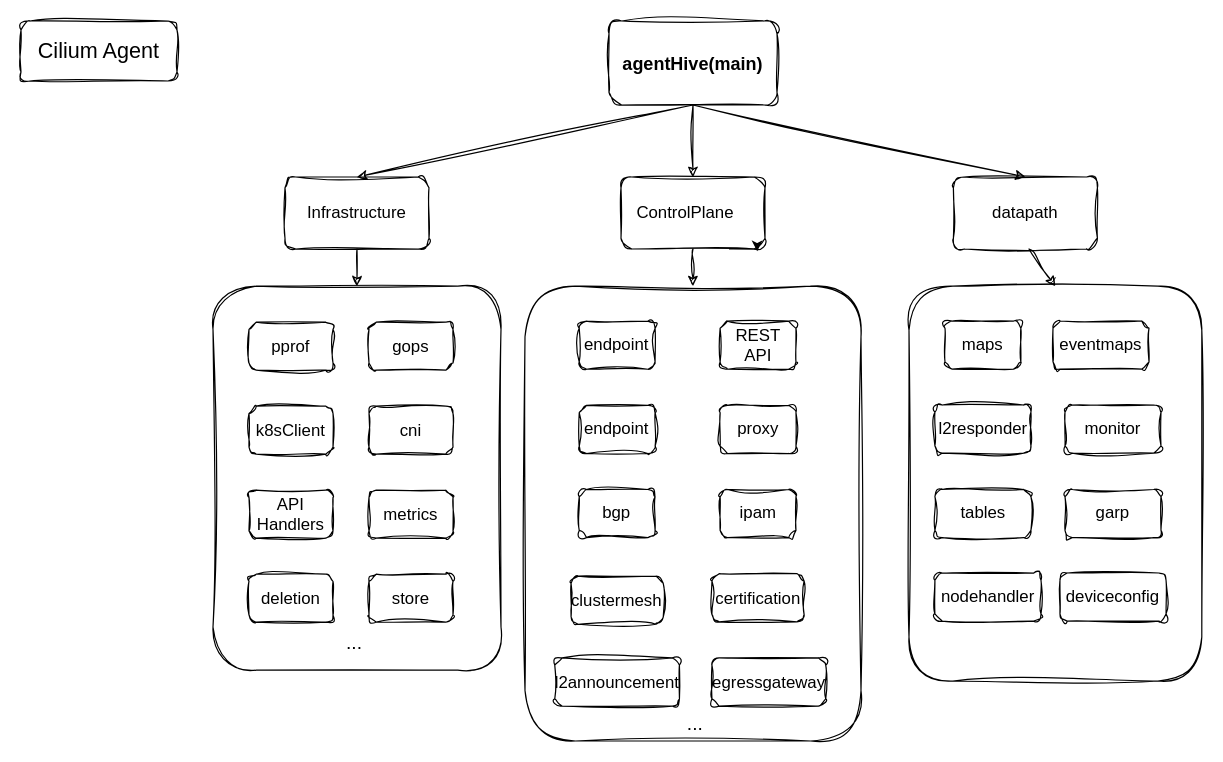
This is carl/cilium-daemon.drawio from xince-fun/Picgo, a draw.io file, before an edit. Source tidied: cells renumbered, new cells numbered last; positions are measured from the earlier drawing's top-left corner, leaving out a move shared by most shapes. Both pictures are drawn from the tidied source at 120%, with x=0, y=0 at pixel (20, 20).
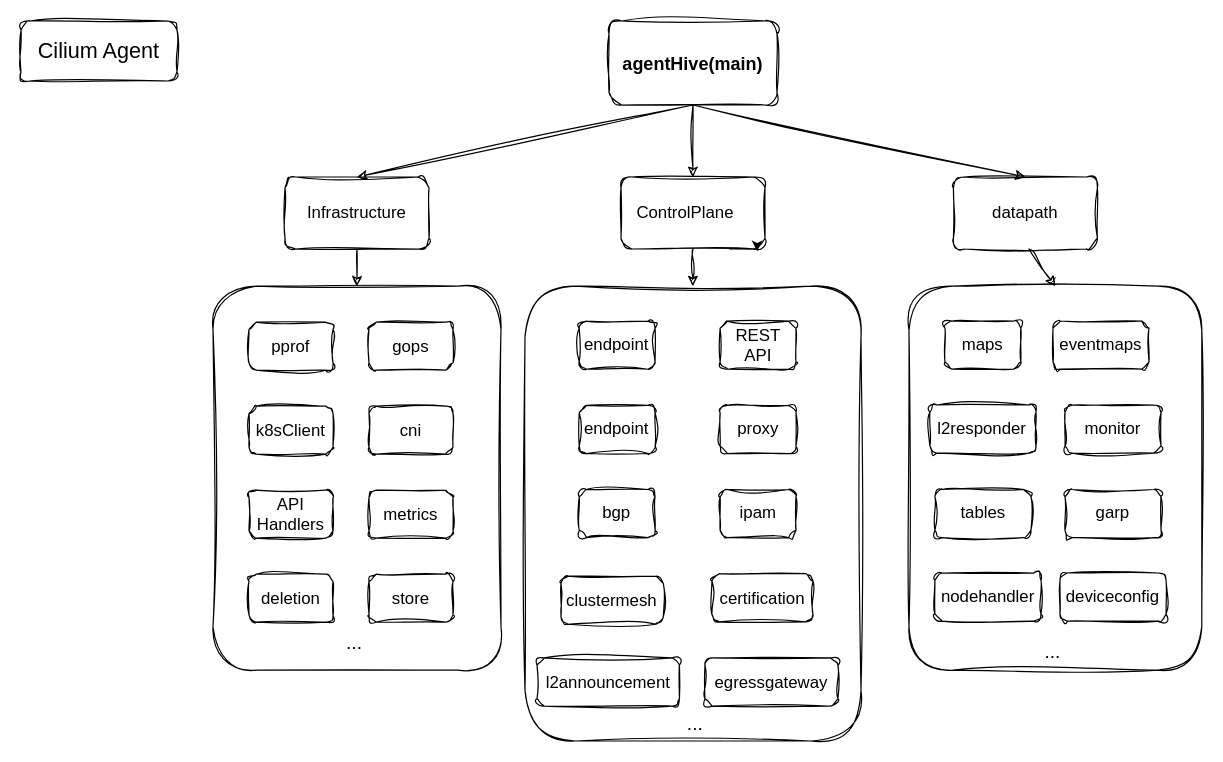
The same page after the edit.

The change refers to these unchanged cells:
```xml
<mxCell id="23" style="group;" parent="21" vertex="1">
  <mxGeometry width="280" height="379" as="geometry" />
</mxCell>
<mxCell id="38" style="group;" parent="1" vertex="1">
  <mxGeometry x="750" y="221" width="234" height="329" as="geometry" />
</mxCell>
```

Diff of the diagram source:
```diff
@@
     <mxCell id="26" value="certification" style="rounded=1;whiteSpace=wrap;html=1;sketch=1;curveFitting=1;jiggle=2;fontSize=14;" parent="23" vertex="1">
-      <mxGeometry x="155.8" y="239.6" width="76.8" height="40.1" as="geometry" />
+      <mxGeometry x="155.8" y="239.6" width="84.2" height="40.1" as="geometry" />
     </mxCell>
@@
     <mxCell id="32" value="egressgateway" style="rounded=1;whiteSpace=wrap;html=1;sketch=1;curveFitting=1;jiggle=2;fontSize=14;" parent="23" vertex="1">
-      <mxGeometry x="155.8" y="309.8" width="94.8" height="40.1" as="geometry" />
+      <mxGeometry x="150" y="309.8" width="110.7" height="40.1" as="geometry" />
     </mxCell>
     <mxCell id="33" value="clustermesh" style="rounded=1;whiteSpace=wrap;html=1;sketch=1;curveFitting=1;jiggle=2;fontSize=14;" parent="23" vertex="1">
-      <mxGeometry x="38.4" y="241.6" width="76.8" height="40.1" as="geometry" />
+      <mxGeometry x="30" y="241.6" width="85.2" height="40.1" as="geometry" />
     </mxCell>
     <mxCell id="34" value="l2announcement" style="rounded=1;whiteSpace=wrap;html=1;sketch=1;curveFitting=1;jiggle=2;fontSize=14;" parent="23" vertex="1">
-      <mxGeometry x="24.8" y="309.8" width="103.9" height="40.1" as="geometry" />
+      <mxGeometry x="10" y="309.8" width="118.7" height="40.1" as="geometry" />
     </mxCell>
@@
     <mxCell id="39" style="rounded=1;whiteSpace=wrap;html=1;sketch=1;curveFitting=1;jiggle=2;" parent="38" vertex="1">
-      <mxGeometry x="-10" width="244" height="329" as="geometry" />
+      <mxGeometry x="-10" width="244" height="320" as="geometry" />
     </mxCell>
@@
     <mxCell id="43" value="l2responder" style="rounded=1;whiteSpace=wrap;html=1;sketch=1;curveFitting=1;jiggle=2;fontSize=14;" parent="38" vertex="1">
-      <mxGeometry x="11.6" y="99" width="80" height="40.1" as="geometry" />
+      <mxGeometry x="7.4" y="99" width="88.4" height="40.1" as="geometry" />
     </mxCell>
@@
+    <mxCell id="49" value="..." style="text;html=1;strokeColor=none;fillColor=none;align=center;verticalAlign=middle;whiteSpace=wrap;rounded=0;fontSize=16;" parent="38" vertex="1">
+      <mxGeometry x="83.2" y="289" width="54.2" height="30.1" as="geometry" />
+    </mxCell>
```
